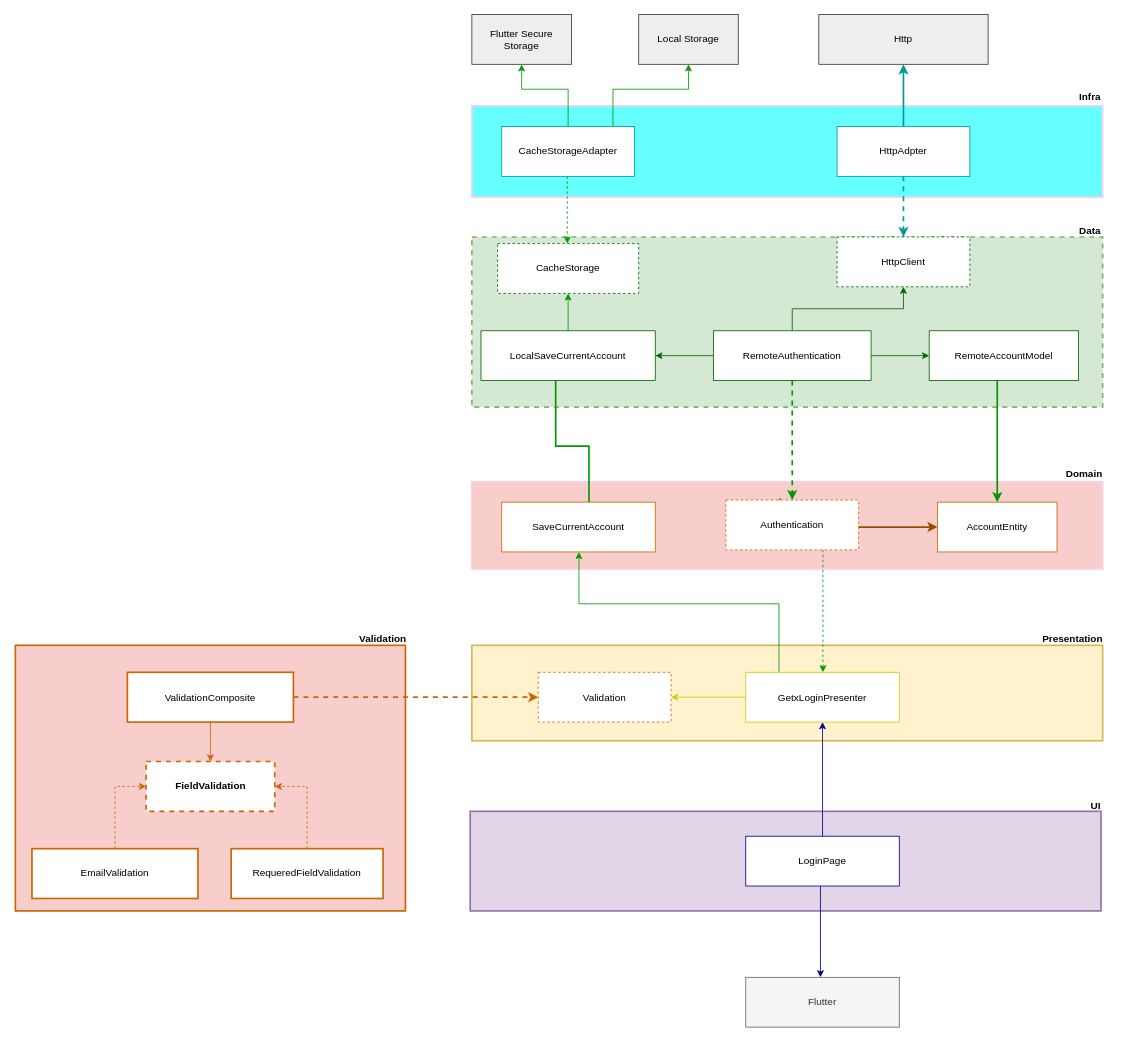
The draw.io diagram page "Login" (2 of 4) of diagrams/authentication_use_case.drawio in rrs-sistema/mobile-sales-micros-services, before the edit. Source tidied: cells renumbered, new cells numbered last; positions are measured from the earlier drawing's top-left corner, leaving out a move shared by most shapes. Both pictures are drawn from the tidied source at 83%, with x=0, y=0 at pixel (15, 14).
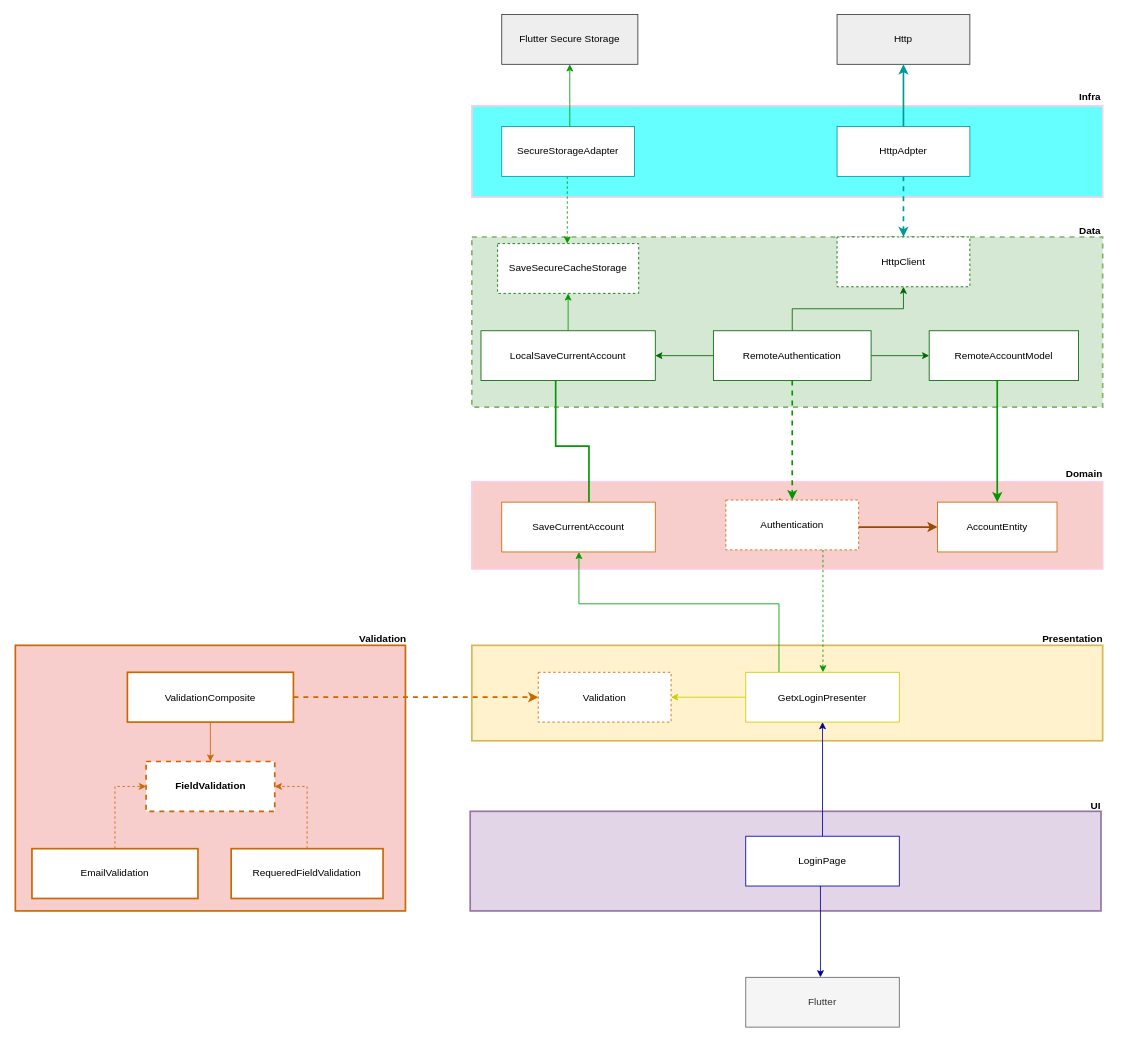
The same page after the edit.

Diff of the diagram source:
```diff
@@
     <mxCell id="24" value="Http" style="rounded=0;whiteSpace=wrap;html=1;strokeColor=#36393d;strokeWidth=1;fillColor=#eeeeee;" parent="1" vertex="1">
-      <mxGeometry x="968" width="204" height="60" as="geometry" />
+      <mxGeometry x="990" width="160" height="60" as="geometry" />
     </mxCell>
@@
-    <mxCell id="50" value="CacheStorage" style="rounded=0;whiteSpace=wrap;html=1;strokeColor=#006600;strokeWidth=1;fillColor=default;dashed=1;" parent="1" vertex="1">
+    <mxCell id="50" value="SaveSecureCacheStorage" style="rounded=0;whiteSpace=wrap;html=1;strokeColor=#006600;strokeWidth=1;fillColor=default;dashed=1;" parent="1" vertex="1">
       <mxGeometry x="581" y="276" width="170" height="60" as="geometry" />
     </mxCell>
@@
     <mxCell id="52" style="edgeStyle=orthogonalEdgeStyle;rounded=0;jettySize=auto;html=1;entryX=0.5;entryY=1;entryDx=0;entryDy=0;strokeColor=#009900;" parent="1" edge="1" source="54" target="55">
       <mxGeometry relative="1" as="geometry">
         <Array as="points">
-          <mxPoint x="666" y="90" />
-          <mxPoint x="610" y="90" />
+          <mxPoint x="668" y="110" />
+          <mxPoint x="668" y="110" />
         </Array>
       </mxGeometry>
     </mxCell>
-    <mxCell id="53" style="edgeStyle=orthogonalEdgeStyle;rounded=0;jettySize=auto;html=1;entryX=0.5;entryY=1;entryDx=0;entryDy=0;strokeColor=#009900;" parent="1" edge="1" source="54" target="56">
-      <mxGeometry relative="1" as="geometry">
-        <Array as="points">
-          <mxPoint x="720" y="90" />
-          <mxPoint x="811" y="90" />
-        </Array>
-      </mxGeometry>
-    </mxCell>
-    <mxCell id="54" value="CacheStorageAdapter" style="rounded=0;whiteSpace=wrap;html=1;strokeColor=#009999;strokeWidth=1;fillColor=default;" parent="1" vertex="1">
+    <mxCell id="54" value="SecureStorageAdapter" style="rounded=0;whiteSpace=wrap;html=1;strokeColor=#009999;strokeWidth=1;fillColor=default;" parent="1" vertex="1">
       <mxGeometry x="586" y="135" width="160" height="60" as="geometry" />
     </mxCell>
     <mxCell id="55" value="Flutter Secure Storage" style="rounded=0;whiteSpace=wrap;html=1;strokeColor=#36393d;strokeWidth=1;fillColor=#eeeeee;" parent="1" vertex="1">
-      <mxGeometry x="550" width="120" height="60" as="geometry" />
+      <mxGeometry x="586" width="164" height="60" as="geometry" />
     </mxCell>
-    <mxCell id="56" value="Local Storage" style="rounded=0;whiteSpace=wrap;html=1;strokeColor=#36393d;strokeWidth=1;fillColor=#eeeeee;" parent="1" vertex="1">
-      <mxGeometry x="751" width="120" height="60" as="geometry" />
-    </mxCell>
```
